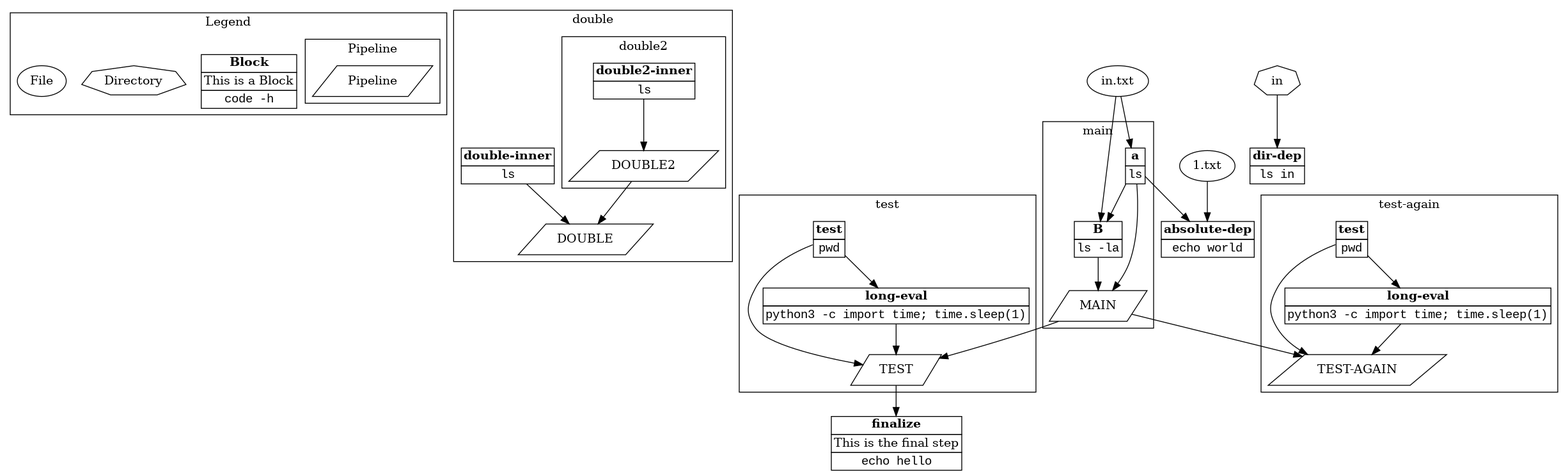
Above: examples/example/graph.png in tivvit/yap (Graphviz), before the change. Its source is kept beside it as examples/example/graph.dot.
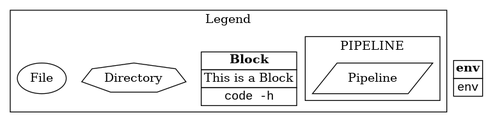
Later version of the same file.

Commit message:
support running block by name

Change to the diagram source:
```diff
@@ -1,75 +1,17 @@
 digraph  {
-	subgraph cluster_s4 {
-		ID = "cluster_s4";
+	subgraph cluster_s0 {
+		ID = "cluster_s0";
 		subgraph cluster_s0 {
 			ID = "cluster_s0";
-			label="Pipeline";
-			n22[label="Pipeline",shape="parallelogram"];
+			label="PIPELINE";
+			n4[label="Pipeline",shape="parallelogram"];
 
 		}label="Legend";
-		n23[label=<<table border="0" cellborder="1" cellspacing="0"><tr><td><b>Block</b></td></tr><tr><td>This is a Block</td></tr><tr><td><font face="Courier New, Courier, monospace">code -h</font></td></tr></table>>,shape="plain"];
-		n21[label="Directory",shape="septagon"];
-		n20[label="File",shape="oval"];
-
-	}subgraph cluster_s3 {
-		ID = "cluster_s3";
-		subgraph cluster_s0 {
-			ID = "cluster_s0";
-			label="double2";
-			n14[label="DOUBLE2",shape="parallelogram"];
-			n15[label=<<table border="0" cellborder="1" cellspacing="0"><tr><td><b>double2-inner</b></td></tr><tr><td><font face="Courier New, Courier, monospace">ls</font></td></tr></table>>,shape="plain"];
-
-		}label="double";
-		n13[label="DOUBLE",shape="parallelogram"];
-		n16[label=<<table border="0" cellborder="1" cellspacing="0"><tr><td><b>double-inner</b></td></tr><tr><td><font face="Courier New, Courier, monospace">ls</font></td></tr></table>>,shape="plain"];
-
-	}subgraph cluster_s1 {
-		ID = "cluster_s1";
-		label="main";
-		n8[label=<<table border="0" cellborder="1" cellspacing="0"><tr><td><b>B</b></td></tr><tr><td><font face="Courier New, Courier, monospace">ls -la</font></td></tr></table>>,shape="plain"];
-		n6[label="MAIN",shape="parallelogram"];
-		n7[label=<<table border="0" cellborder="1" cellspacing="0"><tr><td><b>a</b></td></tr><tr><td><font face="Courier New, Courier, monospace">ls</font></td></tr></table>>,shape="plain"];
-
-	}subgraph cluster_s0 {
-		ID = "cluster_s0";
-		label="test";
-		n1[label="TEST",shape="parallelogram"];
-		n2[label=<<table border="0" cellborder="1" cellspacing="0"><tr><td><b>long-eval</b></td></tr><tr><td><font face="Courier New, Courier, monospace">python3 -c import time; time.sleep(1)</font></td></tr></table>>,shape="plain"];
-		n3[label=<<table border="0" cellborder="1" cellspacing="0"><tr><td><b>test</b></td></tr><tr><td><font face="Courier New, Courier, monospace">pwd</font></td></tr></table>>,shape="plain"];
-
-	}subgraph cluster_s2 {
-		ID = "cluster_s2";
-		label="test-again";
-		n10[label="TEST-AGAIN",shape="parallelogram"];
-		n11[label=<<table border="0" cellborder="1" cellspacing="0"><tr><td><b>long-eval</b></td></tr><tr><td><font face="Courier New, Courier, monospace">python3 -c import time; time.sleep(1)</font></td></tr></table>>,shape="plain"];
-		n12[label=<<table border="0" cellborder="1" cellspacing="0"><tr><td><b>test</b></td></tr><tr><td><font face="Courier New, Courier, monospace">pwd</font></td></tr></table>>,shape="plain"];
+		n5[label=<<table border="0" cellborder="1" cellspacing="0"><tr><td><b>Block</b></td></tr><tr><td>This is a Block</td></tr><tr><td><font face="Courier New, Courier, monospace">code -h</font></td></tr></table>>,shape="plain"];
+		n3[label="Directory",shape="septagon"];
+		n2[label="File",shape="oval"];
 
 	}
-	n18[label="1.txt",shape="oval"];
-	n5[label=<<table border="0" cellborder="1" cellspacing="0"><tr><td><b>absolute-dep</b></td></tr><tr><td><font face="Courier New, Courier, monospace">echo world</font></td></tr></table>>,shape="plain"];
-	n4[label=<<table border="0" cellborder="1" cellspacing="0"><tr><td><b>dir-dep</b></td></tr><tr><td><font face="Courier New, Courier, monospace">ls in</font></td></tr></table>>,shape="plain"];
-	n9[label=<<table border="0" cellborder="1" cellspacing="0"><tr><td><b>finalize</b></td></tr><tr><td>This is the final step</td></tr><tr><td><font face="Courier New, Courier, monospace">echo hello</font></td></tr></table>>,shape="plain"];
-	n17[label="in",shape="septagon"];
-	n19[label="in.txt",shape="oval"];
-	n18->n5;
-	n8->n6;
-	n14->n13;
-	n6->n1;
-	n6->n10;
-	n1->n9;
-	n7->n6;
-	n7->n5;
-	n7->n8;
-	n16->n13;
-	n15->n14;
-	n17->n4;
-	n19->n7;
-	n19->n8;
-	n2->n1;
-	n11->n10;
-	n3->n1;
-	n3->n2;
-	n12->n10;
-	n12->n11;
+	n1[label=<<table border="0" cellborder="1" cellspacing="0"><tr><td><b>env</b></td></tr><tr><td><font face="Courier New, Courier, monospace">env</font></td></tr></table>>,shape="plain"];
 
 }
```
